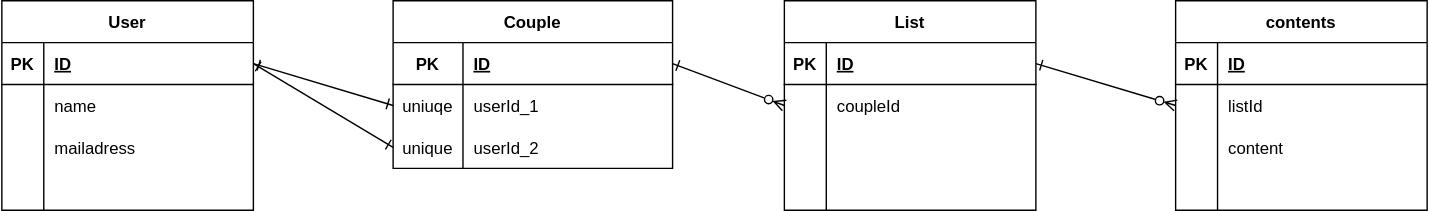
This is backend/db.drawio.svg from exchange-wata/SweetheartSuite, a draw.io export, as it was before one commit. Source tidied: cells renumbered, new cells last; positions are measured from the earlier drawing's top-left corner, leaving out a move shared by most shapes. Its diagram source:
```xml
<mxGraphModel>
  <root>
    <mxCell id="0" />
    <mxCell id="1" parent="0" />
    <mxCell id="2" value="User" style="shape=table;startSize=30;rowLines=0;fontStyle=1;align=center;" parent="1" vertex="1">
      <mxGeometry width="180" height="150" as="geometry" />
    </mxCell>
    <mxCell id="3" style="shape=tableRow;horizontal=0;startSize=0;swimlaneHead=0;swimlaneBody=0;fillColor=none;points=[[0,0.5],[1,0.5]];portConstraint=eastwest;top=0;left=0;right=0;bottom=1;" parent="2" vertex="1">
      <mxGeometry y="30" width="180" height="30" as="geometry" />
    </mxCell>
    <mxCell id="4" value="PK" style="shape=partialRectangle;fillColor=none;top=0;left=0;bottom=0;right=0;fontStyle=1;overflow=hidden;" parent="3" vertex="1">
      <mxGeometry width="30" height="30" as="geometry" />
    </mxCell>
    <mxCell id="5" value="ID" style="shape=partialRectangle;fillColor=none;top=0;left=0;bottom=0;right=0;align=left;spacingLeft=6;fontStyle=5;overflow=hidden;" parent="3" vertex="1">
      <mxGeometry x="30" width="150" height="30" as="geometry" />
    </mxCell>
    <mxCell id="6" style="shape=tableRow;horizontal=0;startSize=0;swimlaneHead=0;swimlaneBody=0;fillColor=none;top=0;left=0;right=0;bottom=0;" parent="2" vertex="1">
      <mxGeometry y="60" width="180" height="30" as="geometry" />
    </mxCell>
    <mxCell id="7" style="shape=partialRectangle;fillColor=none;top=0;left=0;bottom=0;right=0;overflow=hidden;" parent="6" vertex="1">
      <mxGeometry width="30" height="30" as="geometry" />
    </mxCell>
    <mxCell id="8" value="name" style="shape=partialRectangle;fillColor=none;top=0;left=0;bottom=0;right=0;align=left;spacingLeft=6;overflow=hidden;" parent="6" vertex="1">
      <mxGeometry x="30" width="150" height="30" as="geometry" />
    </mxCell>
    <mxCell id="9" style="shape=tableRow;horizontal=0;startSize=0;swimlaneHead=0;swimlaneBody=0;fillColor=none;top=0;left=0;right=0;bottom=0;" parent="2" vertex="1">
      <mxGeometry y="90" width="180" height="30" as="geometry" />
    </mxCell>
    <mxCell id="10" style="shape=partialRectangle;fillColor=none;top=0;left=0;bottom=0;right=0;overflow=hidden;" parent="9" vertex="1">
      <mxGeometry width="30" height="30" as="geometry" />
    </mxCell>
    <mxCell id="11" value="mailadress" style="shape=partialRectangle;fillColor=none;top=0;left=0;bottom=0;right=0;align=left;spacingLeft=6;overflow=hidden;" parent="9" vertex="1">
      <mxGeometry x="30" width="150" height="30" as="geometry" />
    </mxCell>
    <mxCell id="12" style="shape=tableRow;horizontal=0;startSize=0;swimlaneHead=0;swimlaneBody=0;fillColor=none;top=0;left=0;right=0;bottom=0;" parent="2" vertex="1">
      <mxGeometry y="120" width="180" height="30" as="geometry" />
    </mxCell>
    <mxCell id="13" style="shape=partialRectangle;fillColor=none;top=0;left=0;bottom=0;right=0;overflow=hidden;" parent="12" vertex="1">
      <mxGeometry width="30" height="30" as="geometry" />
    </mxCell>
    <mxCell id="14" style="shape=partialRectangle;fillColor=none;top=0;left=0;bottom=0;right=0;align=left;spacingLeft=6;overflow=hidden;" parent="12" vertex="1">
      <mxGeometry x="30" width="150" height="30" as="geometry" />
    </mxCell>
    <mxCell id="15" value="Couple" style="shape=table;startSize=30;rowLines=0;fontStyle=1;align=center;" parent="1" vertex="1">
      <mxGeometry x="280" width="200" height="120" as="geometry" />
    </mxCell>
    <mxCell id="16" style="shape=tableRow;horizontal=0;startSize=0;swimlaneHead=0;swimlaneBody=0;fillColor=none;points=[[0,0.5],[1,0.5]];portConstraint=eastwest;top=0;left=0;right=0;bottom=1;" parent="15" vertex="1">
      <mxGeometry y="30" width="200" height="30" as="geometry" />
    </mxCell>
    <mxCell id="17" value="PK" style="shape=partialRectangle;fillColor=none;top=0;left=0;bottom=0;right=0;fontStyle=1;overflow=hidden;" parent="16" vertex="1">
      <mxGeometry width="50" height="30" as="geometry" />
    </mxCell>
    <mxCell id="18" value="ID" style="shape=partialRectangle;fillColor=none;top=0;left=0;bottom=0;right=0;align=left;spacingLeft=6;fontStyle=5;overflow=hidden;" parent="16" vertex="1">
      <mxGeometry x="50" width="150" height="30" as="geometry" />
    </mxCell>
    <mxCell id="19" style="shape=tableRow;horizontal=0;startSize=0;swimlaneHead=0;swimlaneBody=0;fillColor=none;points=[[0,0.5],[1,0.5]];portConstraint=eastwest;top=0;left=0;right=0;bottom=0;" parent="15" vertex="1">
      <mxGeometry y="60" width="200" height="30" as="geometry" />
    </mxCell>
    <mxCell id="20" value="uniuqe" style="shape=partialRectangle;fillColor=none;top=0;left=0;bottom=0;right=0;overflow=hidden;" parent="19" vertex="1">
      <mxGeometry width="50" height="30" as="geometry" />
    </mxCell>
    <mxCell id="21" value="userId_1" style="shape=partialRectangle;fillColor=none;top=0;left=0;bottom=0;right=0;align=left;spacingLeft=6;overflow=hidden;" parent="19" vertex="1">
      <mxGeometry x="50" width="150" height="30" as="geometry" />
    </mxCell>
    <mxCell id="22" style="shape=tableRow;horizontal=0;startSize=0;swimlaneHead=0;swimlaneBody=0;fillColor=none;points=[[0,0.5],[1,0.5]];portConstraint=eastwest;top=0;left=0;right=0;bottom=0;" parent="15" vertex="1">
      <mxGeometry y="90" width="200" height="30" as="geometry" />
    </mxCell>
    <mxCell id="23" value="unique" style="shape=partialRectangle;fillColor=none;top=0;left=0;bottom=0;right=0;overflow=hidden;" parent="22" vertex="1">
      <mxGeometry width="50" height="30" as="geometry" />
    </mxCell>
    <mxCell id="24" value="userId_2" style="shape=partialRectangle;fillColor=none;top=0;left=0;bottom=0;right=0;align=left;spacingLeft=6;overflow=hidden;" parent="22" vertex="1">
      <mxGeometry x="50" width="150" height="30" as="geometry" />
    </mxCell>
    <mxCell id="25" value="List" style="shape=table;startSize=30;rowLines=0;fontStyle=1;align=center;" parent="1" vertex="1">
      <mxGeometry x="560" width="180" height="150" as="geometry" />
    </mxCell>
    <mxCell id="26" style="shape=tableRow;horizontal=0;startSize=0;swimlaneHead=0;swimlaneBody=0;fillColor=none;points=[[0,0.5],[1,0.5]];portConstraint=eastwest;top=0;left=0;right=0;bottom=1;" parent="25" vertex="1">
      <mxGeometry y="30" width="180" height="30" as="geometry" />
    </mxCell>
    <mxCell id="27" value="PK" style="shape=partialRectangle;fillColor=none;top=0;left=0;bottom=0;right=0;fontStyle=1;overflow=hidden;" parent="26" vertex="1">
      <mxGeometry width="30" height="30" as="geometry" />
    </mxCell>
    <mxCell id="28" value="ID" style="shape=partialRectangle;fillColor=none;top=0;left=0;bottom=0;right=0;align=left;spacingLeft=6;fontStyle=5;overflow=hidden;" parent="26" vertex="1">
      <mxGeometry x="30" width="150" height="30" as="geometry" />
    </mxCell>
    <mxCell id="29" style="shape=tableRow;horizontal=0;startSize=0;swimlaneHead=0;swimlaneBody=0;fillColor=none;points=[[0,0.5],[1,0.5]];portConstraint=eastwest;top=0;left=0;right=0;bottom=0;" parent="25" vertex="1">
      <mxGeometry y="60" width="180" height="30" as="geometry" />
    </mxCell>
    <mxCell id="30" style="shape=partialRectangle;fillColor=none;top=0;left=0;bottom=0;right=0;overflow=hidden;" parent="29" vertex="1">
      <mxGeometry width="30" height="30" as="geometry" />
    </mxCell>
    <mxCell id="31" value="coupleId" style="shape=partialRectangle;fillColor=none;top=0;left=0;bottom=0;right=0;align=left;spacingLeft=6;overflow=hidden;" parent="29" vertex="1">
      <mxGeometry x="30" width="150" height="30" as="geometry" />
    </mxCell>
    <mxCell id="32" style="shape=tableRow;horizontal=0;startSize=0;swimlaneHead=0;swimlaneBody=0;fillColor=none;top=0;left=0;right=0;bottom=0;" parent="25" vertex="1">
      <mxGeometry y="90" width="180" height="30" as="geometry" />
    </mxCell>
    <mxCell id="33" style="shape=partialRectangle;fillColor=none;top=0;left=0;bottom=0;right=0;overflow=hidden;" parent="32" vertex="1">
      <mxGeometry width="30" height="30" as="geometry" />
    </mxCell>
    <mxCell id="34" style="shape=partialRectangle;fillColor=none;top=0;left=0;bottom=0;right=0;align=left;spacingLeft=6;overflow=hidden;" parent="32" vertex="1">
      <mxGeometry x="30" width="150" height="30" as="geometry" />
    </mxCell>
    <mxCell id="35" style="shape=tableRow;horizontal=0;startSize=0;swimlaneHead=0;swimlaneBody=0;fillColor=none;top=0;left=0;right=0;bottom=0;" parent="25" vertex="1">
      <mxGeometry y="120" width="180" height="30" as="geometry" />
    </mxCell>
    <mxCell id="36" style="shape=partialRectangle;fillColor=none;top=0;left=0;bottom=0;right=0;overflow=hidden;" parent="35" vertex="1">
      <mxGeometry width="30" height="30" as="geometry" />
    </mxCell>
    <mxCell id="37" style="shape=partialRectangle;fillColor=none;top=0;left=0;bottom=0;right=0;align=left;spacingLeft=6;overflow=hidden;" parent="35" vertex="1">
      <mxGeometry x="30" width="150" height="30" as="geometry" />
    </mxCell>
    <mxCell id="38" value="contents" style="shape=table;startSize=30;rowLines=0;fontStyle=1;align=center;" parent="1" vertex="1">
      <mxGeometry x="840" width="180" height="150" as="geometry" />
    </mxCell>
    <mxCell id="39" style="shape=tableRow;horizontal=0;startSize=0;swimlaneHead=0;swimlaneBody=0;fillColor=none;top=0;left=0;right=0;bottom=1;" parent="38" vertex="1">
      <mxGeometry y="30" width="180" height="30" as="geometry" />
    </mxCell>
    <mxCell id="40" value="PK" style="shape=partialRectangle;fillColor=none;top=0;left=0;bottom=0;right=0;fontStyle=1;overflow=hidden;" parent="39" vertex="1">
      <mxGeometry width="30" height="30" as="geometry" />
    </mxCell>
    <mxCell id="41" value="ID" style="shape=partialRectangle;fillColor=none;top=0;left=0;bottom=0;right=0;align=left;spacingLeft=6;fontStyle=5;overflow=hidden;" parent="39" vertex="1">
      <mxGeometry x="30" width="150" height="30" as="geometry" />
    </mxCell>
    <mxCell id="42" style="shape=tableRow;horizontal=0;startSize=0;swimlaneHead=0;swimlaneBody=0;fillColor=none;points=[[0,0.5],[1,0.5]];portConstraint=eastwest;top=0;left=0;right=0;bottom=0;" parent="38" vertex="1">
      <mxGeometry y="60" width="180" height="30" as="geometry" />
    </mxCell>
    <mxCell id="43" style="shape=partialRectangle;fillColor=none;top=0;left=0;bottom=0;right=0;overflow=hidden;" parent="42" vertex="1">
      <mxGeometry width="30" height="30" as="geometry" />
    </mxCell>
    <mxCell id="44" value="listId" style="shape=partialRectangle;fillColor=none;top=0;left=0;bottom=0;right=0;align=left;spacingLeft=6;overflow=hidden;" parent="42" vertex="1">
      <mxGeometry x="30" width="150" height="30" as="geometry" />
    </mxCell>
    <mxCell id="45" style="shape=tableRow;horizontal=0;startSize=0;swimlaneHead=0;swimlaneBody=0;fillColor=none;top=0;left=0;right=0;bottom=0;" parent="38" vertex="1">
      <mxGeometry y="90" width="180" height="30" as="geometry" />
    </mxCell>
    <mxCell id="46" style="shape=partialRectangle;fillColor=none;top=0;left=0;bottom=0;right=0;overflow=hidden;" parent="45" vertex="1">
      <mxGeometry width="30" height="30" as="geometry" />
    </mxCell>
    <mxCell id="47" value="content" style="shape=partialRectangle;fillColor=none;top=0;left=0;bottom=0;right=0;align=left;spacingLeft=6;overflow=hidden;" parent="45" vertex="1">
      <mxGeometry x="30" width="150" height="30" as="geometry" />
    </mxCell>
    <mxCell id="48" style="shape=tableRow;horizontal=0;startSize=0;swimlaneHead=0;swimlaneBody=0;fillColor=none;top=0;left=0;right=0;bottom=0;" parent="38" vertex="1">
      <mxGeometry y="120" width="180" height="30" as="geometry" />
    </mxCell>
    <mxCell id="49" style="shape=partialRectangle;fillColor=none;top=0;left=0;bottom=0;right=0;overflow=hidden;" parent="48" vertex="1">
      <mxGeometry width="30" height="30" as="geometry" />
    </mxCell>
    <mxCell id="50" style="shape=partialRectangle;fillColor=none;top=0;left=0;bottom=0;right=0;align=left;spacingLeft=6;overflow=hidden;" parent="48" vertex="1">
      <mxGeometry x="30" width="150" height="30" as="geometry" />
    </mxCell>
    <mxCell id="51" style="edgeStyle=none;html=1;exitX=1;exitY=0.5;exitDx=0;exitDy=0;entryX=0;entryY=0.5;entryDx=0;entryDy=0;startArrow=ERone;startFill=0;endArrow=ERone;endFill=0;" parent="1" edge="1" source="3" target="19">
      <mxGeometry relative="1" as="geometry" />
    </mxCell>
    <mxCell id="52" style="edgeStyle=none;html=1;exitX=1;exitY=0.5;exitDx=0;exitDy=0;entryX=0;entryY=0.5;entryDx=0;entryDy=0;startArrow=ERone;startFill=0;endArrow=ERone;endFill=0;" parent="1" edge="1" source="3" target="22">
      <mxGeometry relative="1" as="geometry" />
    </mxCell>
    <mxCell id="53" style="edgeStyle=none;html=1;exitX=1;exitY=0.5;exitDx=0;exitDy=0;entryX=0;entryY=0.5;entryDx=0;entryDy=0;startArrow=ERone;startFill=0;endArrow=ERzeroToMany;endFill=0;" parent="1" edge="1" source="16" target="29">
      <mxGeometry relative="1" as="geometry" />
    </mxCell>
    <mxCell id="54" style="edgeStyle=none;html=1;exitX=1;exitY=0.5;exitDx=0;exitDy=0;entryX=0;entryY=0.5;entryDx=0;entryDy=0;startArrow=ERone;startFill=0;endArrow=ERzeroToMany;endFill=0;" parent="1" edge="1" source="26" target="42">
      <mxGeometry relative="1" as="geometry" />
    </mxCell>
  </root>
</mxGraphModel>
```
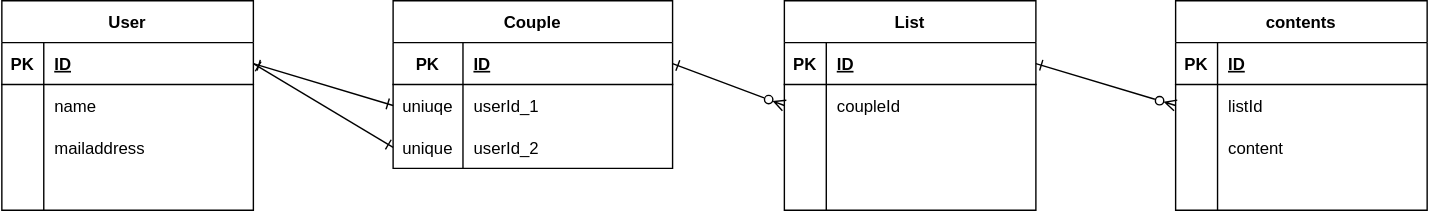
After the commit.

Change to the diagram source:
```diff
@@ -29,7 +29,7 @@
     <mxCell id="10" style="shape=partialRectangle;fillColor=none;top=0;left=0;bottom=0;right=0;overflow=hidden;" parent="9" vertex="1">
       <mxGeometry width="30" height="30" as="geometry" />
     </mxCell>
-    <mxCell id="11" value="mailadress" style="shape=partialRectangle;fillColor=none;top=0;left=0;bottom=0;right=0;align=left;spacingLeft=6;overflow=hidden;" parent="9" vertex="1">
+    <mxCell id="11" value="mailaddress" style="shape=partialRectangle;fillColor=none;top=0;left=0;bottom=0;right=0;align=left;spacingLeft=6;overflow=hidden;" parent="9" vertex="1">
       <mxGeometry x="30" width="150" height="30" as="geometry" />
     </mxCell>
     <mxCell id="12" style="shape=tableRow;horizontal=0;startSize=0;swimlaneHead=0;swimlaneBody=0;fillColor=none;top=0;left=0;right=0;bottom=0;" parent="2" vertex="1">
```
